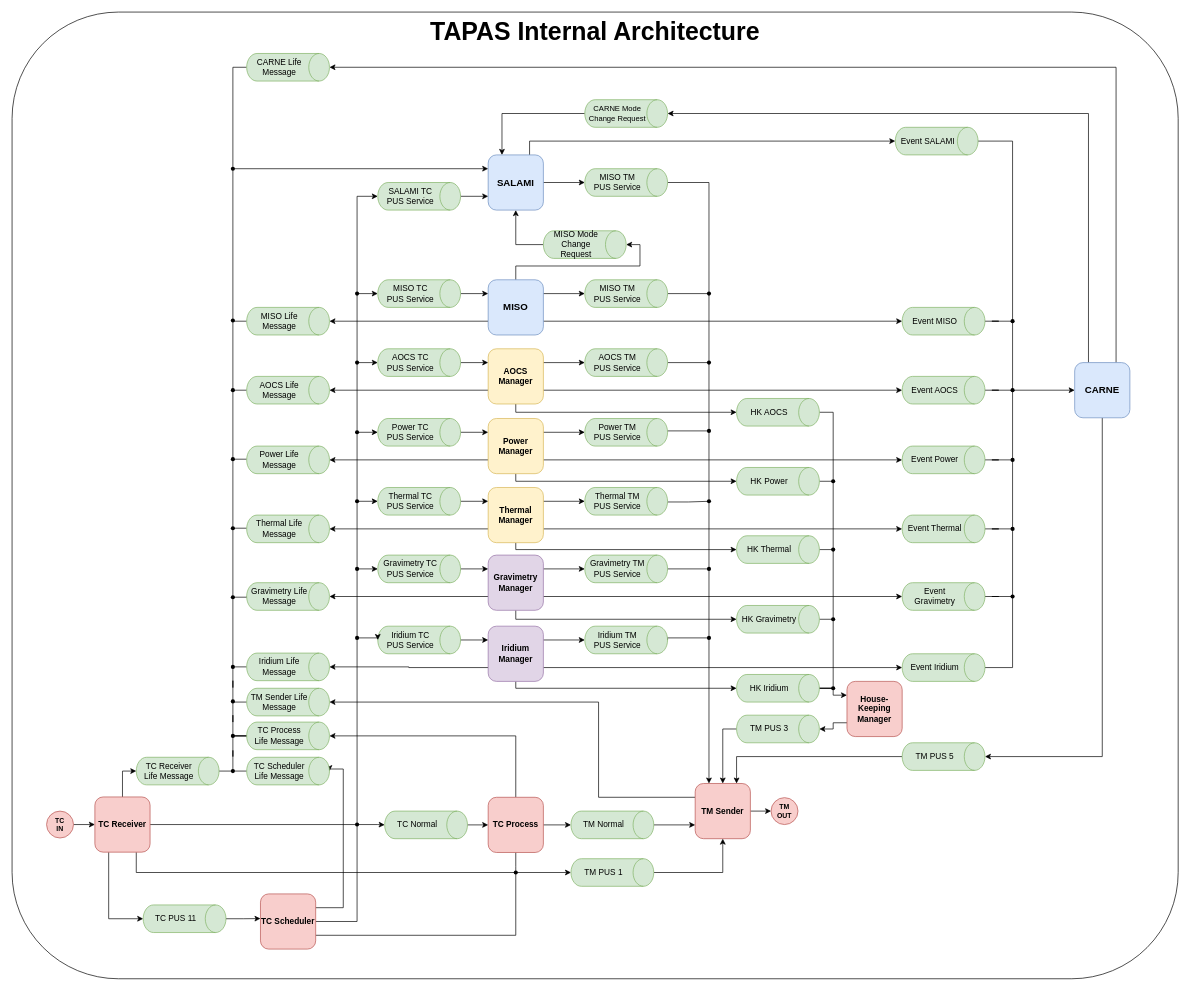
The draw.io diagram doc/images/Internal_Architecture_Graph.drawio in TOLOSAT/flight-software, before the edit. Source tidied: cells renumbered, new cells numbered last; positions are measured from the earlier drawing's top-left corner, leaving out a move shared by most shapes. Both pictures are drawn from the tidied source at 69%, with x=0, y=0 at pixel (12, 12).
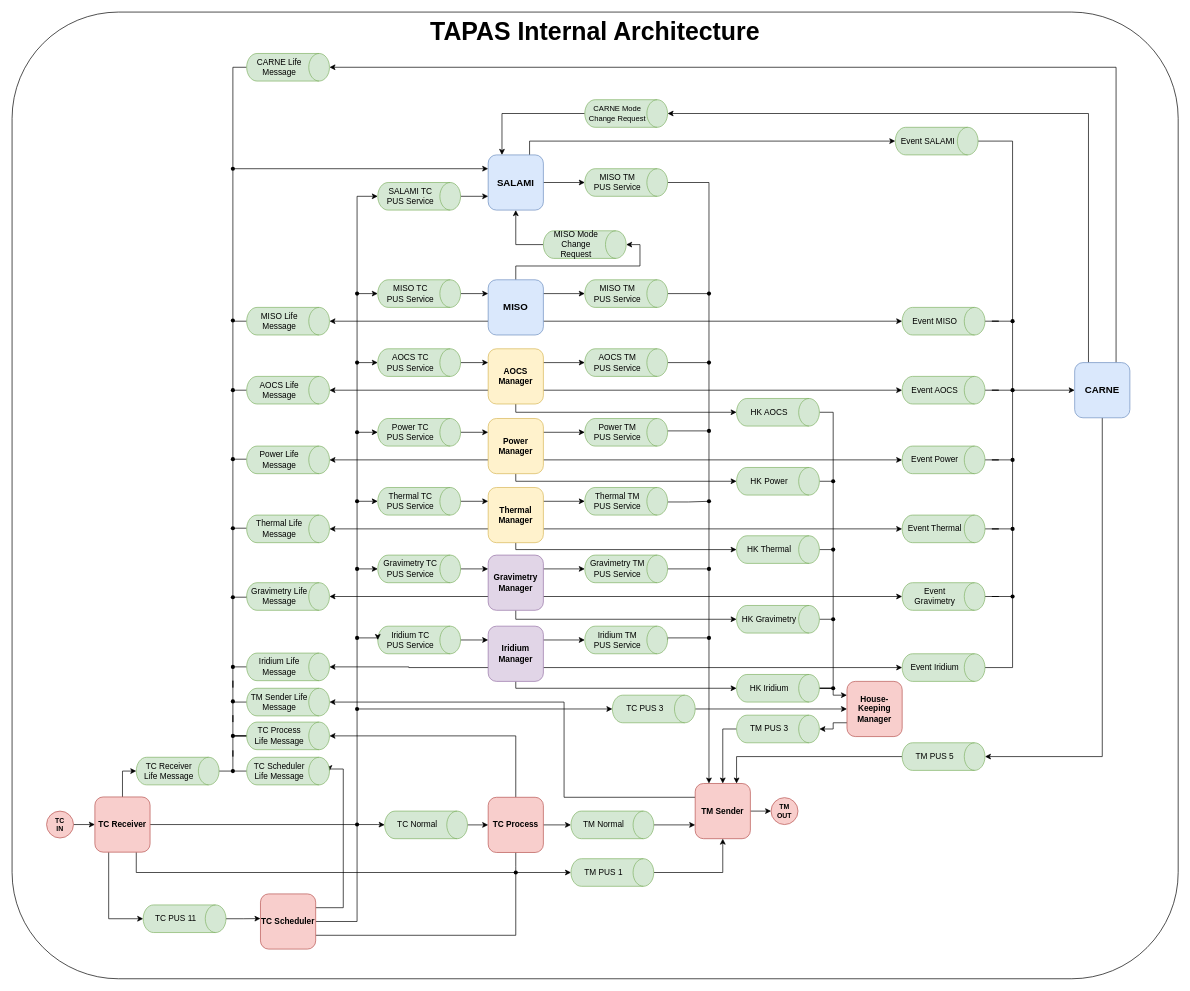
Above is the later version.

The change refers to these unchanged cells:
```xml
<mxCell id="14" value="&lt;b&gt;TM Sender&lt;/b&gt;" style="rounded=1;whiteSpace=wrap;html=1;fillColor=#f8cecc;strokeColor=#b85450;" parent="1" vertex="1">
  <mxGeometry x="990" y="1118" width="80" height="80" as="geometry" />
</mxCell>
<mxCell id="16" value="&lt;b&gt;House-Keeping&lt;br&gt;Manager&lt;br&gt;&lt;/b&gt;" style="rounded=1;whiteSpace=wrap;html=1;fillColor=#f8cecc;strokeColor=#b85450;" parent="1" vertex="1">
  <mxGeometry x="1210" y="970" width="80" height="80" as="geometry" />
</mxCell>
<mxCell id="96" style="shape=waypoint;sketch=0;size=6;points=[];fillColor=none;perimeter=centerPerimeter;snapToPoint=1;" parent="1" vertex="1">
  <mxGeometry x="490" y="1167.5" width="20" height="20" as="geometry" />
</mxCell>
<mxCell id="99" style="shape=waypoint;sketch=0;size=6;points=[];fillColor=none;perimeter=centerPerimeter;snapToPoint=1;" parent="1" vertex="1">
  <mxGeometry x="490" y="897" width="20" height="20" as="geometry" />
</mxCell>
<mxCell id="170" value="TM Sender Life Message" style="shape=cylinder3;whiteSpace=wrap;html=1;boundedLbl=1;backgroundOutline=1;size=15;direction=south;fillColor=#d5e8d4;strokeColor=#82b366;" parent="1" vertex="1">
  <mxGeometry x="340" y="980" width="120" height="40" as="geometry" />
</mxCell>
```

What changed in the source:
```diff
@@
     <mxCell id="12" style="edgeStyle=orthogonalEdgeStyle;rounded=0;jettySize=auto;html=1;exitX=0;exitY=0.25;exitDx=0;exitDy=0;entryX=0.5;entryY=0;entryDx=0;entryDy=0;entryPerimeter=0;" parent="1" edge="1" source="14" target="170">
       <mxGeometry relative="1" as="geometry">
         <Array as="points">
-          <mxPoint x="850" y="1138" />
-          <mxPoint x="850" y="1000" />
+          <mxPoint x="800" y="1138" />
+          <mxPoint x="800" y="1000" />
         </Array>
       </mxGeometry>
     </mxCell>
@@
+    <mxCell id="224" style="edgeStyle=orthogonalEdgeStyle;rounded=0;jettySize=auto;html=1;endArrow=none;endFill=0;" parent="1" edge="1" source="96" target="227">
+      <mxGeometry relative="1" as="geometry" />
+    </mxCell>
@@
-    <mxCell id="112" style="endArrow=none;html=1;rounded=0;" parent="1" edge="1" source="96" target="99">
-      <mxGeometry relative="1" as="geometry" />
-    </mxCell>
@@
+    <mxCell id="225" style="edgeStyle=orthogonalEdgeStyle;rounded=0;jettySize=auto;html=1;entryX=0.467;entryY=0.683;entryDx=0;entryDy=0;entryPerimeter=0;endArrow=none;endFill=0;" parent="1" edge="1" source="227" target="99">
+      <mxGeometry relative="1" as="geometry" />
+    </mxCell>
+    <mxCell id="226" style="edgeStyle=orthogonalEdgeStyle;rounded=0;jettySize=auto;html=1;" parent="1" edge="1" source="227" target="229">
+      <mxGeometry relative="1" as="geometry" />
+    </mxCell>
+    <mxCell id="227" style="shape=waypoint;sketch=0;size=6;points=[];fillColor=none;perimeter=centerPerimeter;snapToPoint=1;" parent="1" vertex="1">
+      <mxGeometry x="490" y="1000" width="20" height="20" as="geometry" />
+    </mxCell>
+    <mxCell id="228" style="edgeStyle=orthogonalEdgeStyle;rounded=0;jettySize=auto;html=1;exitX=0.5;exitY=0;exitDx=0;exitDy=0;exitPerimeter=0;entryX=0;entryY=0.5;entryDx=0;entryDy=0;" parent="1" edge="1" source="229" target="16">
+      <mxGeometry relative="1" as="geometry" />
+    </mxCell>
+    <mxCell id="229" value="TC PUS 3" style="shape=cylinder3;whiteSpace=wrap;html=1;boundedLbl=1;backgroundOutline=1;size=15;direction=south;fillColor=#d5e8d4;strokeColor=#82b366;" parent="1" vertex="1">
+      <mxGeometry x="870" y="990" width="120" height="40" as="geometry" />
+    </mxCell>
```
